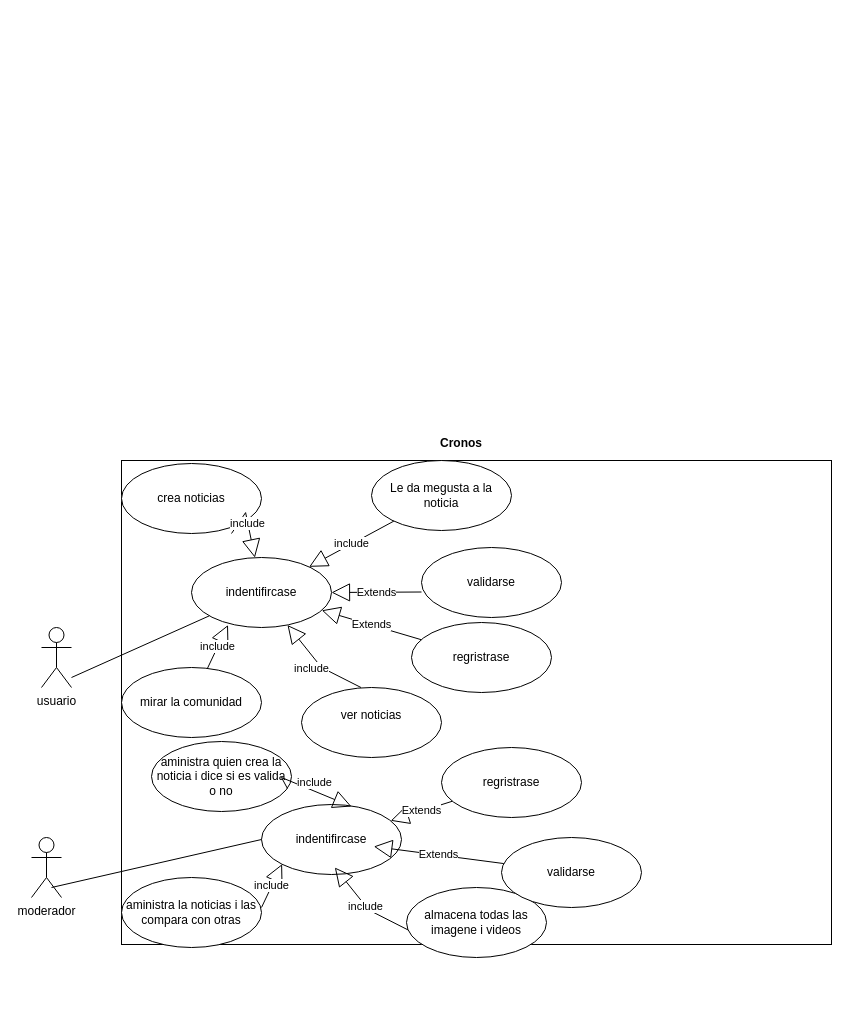
Tiinocm/ProyectoIntegrado keeps this draw.io diagram as carles/diagram de uml definitivo.drawio. Above is the earlier version. Source tidied: cells renumbered, new cells numbered last; positions are measured from the earlier drawing's top-left corner, leaving out a move shared by most shapes. Both pictures are drawn from the tidied source at 100%, with x=0, y=0 at pixel (31, 417).
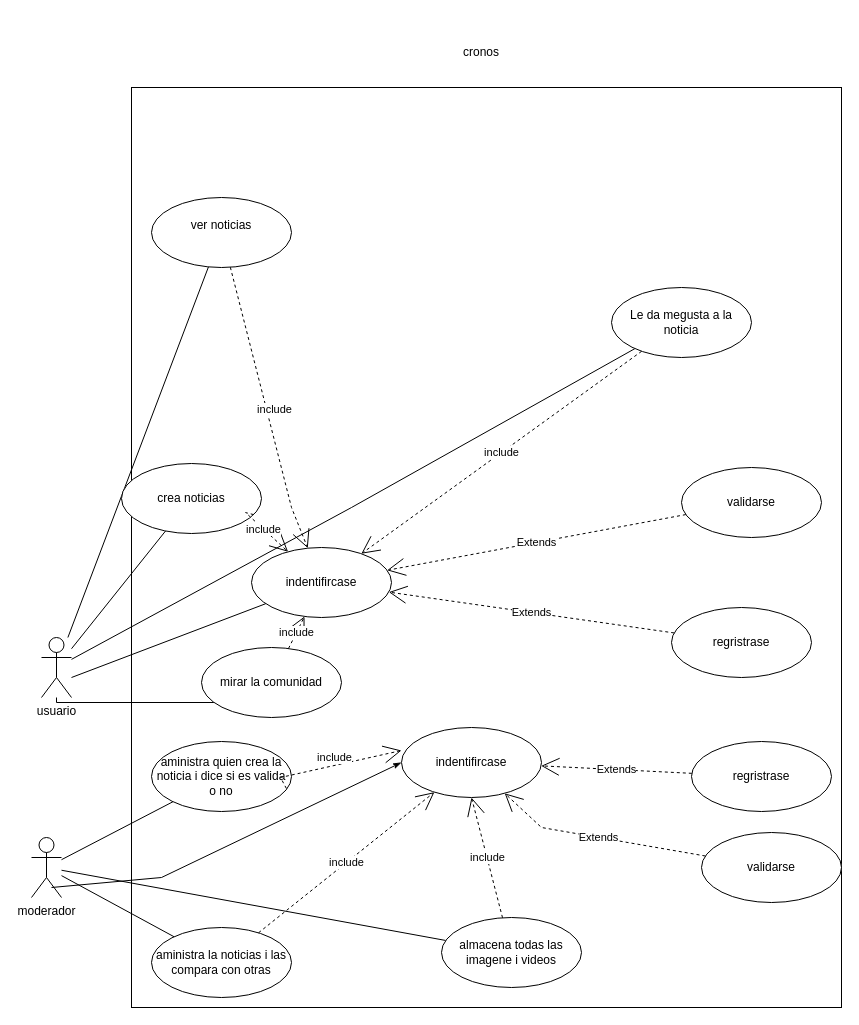
The same page after the edit.

Commit message (it also covers changes not shown here):
subo tanto el diagrama como la imagen de base de datos que nesesitamos haci que  ya estaria base de datos i flatan acabar dos uml

The change refers to these unchanged cells:
```xml
<mxCell id="5" value="moderador" style="shape=umlActor;verticalLabelPosition=bottom;verticalAlign=top;html=1;" parent="1" vertex="1">
  <mxGeometry y="420" width="30" height="60" as="geometry" />
</mxCell>
<mxCell id="6" value="crea noticias " style="ellipse;whiteSpace=wrap;html=1;" parent="1" vertex="1">
  <mxGeometry x="90" y="46" width="140" height="70" as="geometry" />
</mxCell>
<mxCell id="7" value="&lt;div&gt;aministra quien crea la &lt;br&gt;&lt;/div&gt;&lt;div&gt;noticia i dice si es valida&lt;/div&gt;&lt;div&gt;o no&lt;br&gt;&lt;/div&gt;" style="ellipse;whiteSpace=wrap;html=1;" parent="1" vertex="1">
  <mxGeometry x="120" y="324" width="140" height="70" as="geometry" />
</mxCell>
```

The edit, as a diff of the source:
```diff
@@
     <mxCell id="2" style="html=1;" parent="1" vertex="1">
-      <mxGeometry x="90" y="43" width="710" height="484" as="geometry" />
+      <mxGeometry x="100" y="-330" width="710" height="920" as="geometry" />
     </mxCell>
-    <mxCell id="3" value="Cronos" style="text;align=center;fontStyle=1;verticalAlign=middle;spacingLeft=3;spacingRight=3;strokeColor=none;" parent="1" vertex="1">
-      <mxGeometry x="360" width="140" height="50" as="geometry" />
-    </mxCell>
+    <mxCell id="32" style="rounded=0;jettySize=auto;html=1;endArrow=none;endFill=0;" parent="1" edge="1" source="4" target="14">
+      <mxGeometry relative="1" as="geometry">
+        <Array as="points">
+          <mxPoint x="320" y="90" />
+        </Array>
+      </mxGeometry>
+    </mxCell>
+    <mxCell id="33" style="rounded=0;jettySize=auto;html=1;endArrow=none;endFill=0;" parent="1" edge="1" source="4" target="6">
+      <mxGeometry relative="1" as="geometry" />
+    </mxCell>
+    <mxCell id="34" style="edgeStyle=orthogonalEdgeStyle;rounded=0;jettySize=auto;html=1;endArrow=none;endFill=0;" parent="1" edge="1" source="4" target="11">
+      <mxGeometry relative="1" as="geometry">
+        <Array as="points">
+          <mxPoint x="25" y="285" />
+        </Array>
+      </mxGeometry>
+    </mxCell>
+    <mxCell id="35" style="edgeStyle=none;rounded=0;jettySize=auto;html=1;endArrow=none;endFill=0;" parent="1" edge="1" source="4" target="10">
+      <mxGeometry relative="1" as="geometry" />
+    </mxCell>
     <mxCell id="4" value="usuario" style="shape=umlActor;verticalLabelPosition=bottom;verticalAlign=top;html=1;" parent="1" vertex="1">
-      <mxGeometry x="10" y="210" width="30" height="60" as="geometry" />
+      <mxGeometry x="10" y="220" width="30" height="60" as="geometry" />
     </mxCell>
+    <mxCell id="36" style="rounded=0;jettySize=auto;html=1;endArrow=none;endFill=0;" parent="1" edge="1" source="5" target="7">
+      <mxGeometry relative="1" as="geometry" />
+    </mxCell>
+    <mxCell id="37" style="rounded=0;jettySize=auto;html=1;endArrow=none;endFill=0;" parent="1" edge="1" source="5" target="8">
+      <mxGeometry relative="1" as="geometry" />
+    </mxCell>
+    <mxCell id="38" style="rounded=0;jettySize=auto;html=1;endArrow=none;endFill=0;" parent="1" edge="1" source="5" target="9">
+      <mxGeometry relative="1" as="geometry" />
+    </mxCell>
@@
     <mxCell id="8" value="&lt;div&gt;aministra la noticias i las &lt;br&gt;&lt;/div&gt;&lt;div&gt;compara con otras&lt;br&gt;&lt;/div&gt;" style="ellipse;whiteSpace=wrap;html=1;" parent="1" vertex="1">
-      <mxGeometry x="90" y="460" width="140" height="70" as="geometry" />
+      <mxGeometry x="120" y="510" width="140" height="70" as="geometry" />
     </mxCell>
     <mxCell id="9" value="&lt;div&gt;almacena todas las &lt;br&gt;&lt;/div&gt;&lt;div&gt;imagene i videos&lt;br&gt;&lt;/div&gt;" style="ellipse;whiteSpace=wrap;html=1;" parent="1" vertex="1">
-      <mxGeometry x="375" y="470" width="140" height="70" as="geometry" />
+      <mxGeometry x="410" y="500" width="140" height="70" as="geometry" />
     </mxCell>
     <mxCell id="10" value="&lt;div&gt;ver noticias&lt;/div&gt;&lt;div&gt;&lt;br&gt;&lt;/div&gt;" style="ellipse;whiteSpace=wrap;html=1;" parent="1" vertex="1">
-      <mxGeometry x="270" y="270" width="140" height="70" as="geometry" />
+      <mxGeometry x="120" y="-220" width="140" height="70" as="geometry" />
     </mxCell>
     <mxCell id="11" value="mirar la comunidad" style="ellipse;whiteSpace=wrap;html=1;" parent="1" vertex="1">
-      <mxGeometry x="90" y="250" width="140" height="70" as="geometry" />
+      <mxGeometry x="170" y="230" width="140" height="70" as="geometry" />
     </mxCell>
     <mxCell id="12" value="indentifircase" style="ellipse;whiteSpace=wrap;html=1;" parent="1" vertex="1">
-      <mxGeometry x="160" y="140" width="140" height="70" as="geometry" />
+      <mxGeometry x="220" y="130" width="140" height="70" as="geometry" />
     </mxCell>
-    <mxCell id="13" style="endArrow=none;html=1;rounded=0;" parent="1" edge="1" target="12">
+    <mxCell id="13" style="endArrow=none;html=1;rounded=0;endFill=0;" parent="1" edge="1" target="12">
       <mxGeometry relative="1" as="geometry">
         <mxPoint x="40" y="260" as="sourcePoint" />
       </mxGeometry>
     </mxCell>
     <mxCell id="14" value="Le da megusta a la noticia" style="ellipse;whiteSpace=wrap;html=1;" parent="1" vertex="1">
-      <mxGeometry x="340" y="43" width="140" height="70" as="geometry" />
+      <mxGeometry x="580" y="-130" width="140" height="70" as="geometry" />
     </mxCell>
     <mxCell id="15" value="validarse" style="ellipse;whiteSpace=wrap;html=1;" parent="1" vertex="1">
-      <mxGeometry x="390" y="130" width="140" height="70" as="geometry" />
+      <mxGeometry x="650" y="50" width="140" height="70" as="geometry" />
     </mxCell>
     <mxCell id="16" value="regristrase" style="ellipse;whiteSpace=wrap;html=1;" parent="1" vertex="1">
-      <mxGeometry x="380" y="205" width="140" height="70" as="geometry" />
+      <mxGeometry x="640" y="190" width="140" height="70" as="geometry" />
     </mxCell>
-    <mxCell id="17" value="Extends" style="endArrow=block;endSize=16;endFill=0;html=1;rounded=0;" parent="1" edge="1" target="12">
-      <mxGeometry relative="1" as="geometry">
-        <mxPoint x="390" y="174.5" as="sourcePoint" />
-      </mxGeometry>
+    <mxCell id="17" value="Extends" style="endArrow=open;endSize=16;endFill=0;html=1;rounded=0;dashed=1;" parent="1" edge="1" source="15" target="12">
+      <mxGeometry relative="1" as="geometry" />
     </mxCell>
-    <mxCell id="18" value="Extends" style="endArrow=block;endSize=16;endFill=0;html=1;rounded=0;" parent="1" edge="1" source="16" target="12">
+    <mxCell id="18" value="Extends" style="endArrow=open;endSize=16;endFill=0;html=1;rounded=0;dashed=1;" parent="1" edge="1" source="16" target="12">
       <mxGeometry relative="1" as="geometry" />
     </mxCell>
-    <mxCell id="19" value="include" style="endArrow=block;endSize=16;endFill=0;html=1;rounded=0;" parent="1" edge="1" target="12">
+    <mxCell id="19" value="include" style="endArrow=open;endSize=16;endFill=0;html=1;rounded=0;dashed=1;" parent="1" edge="1" source="10" target="12">
       <mxGeometry x="0.02" y="8" relative="1" as="geometry">
-        <mxPoint x="329.5" y="270" as="sourcePoint" />
         <Array as="points">
-          <mxPoint x="290" y="250" />
+          <mxPoint x="260" y="90" />
         </Array>
       </mxGeometry>
     </mxCell>
-    <mxCell id="20" value="include" style="endArrow=block;endSize=16;endFill=0;html=1;rounded=0;" parent="1" edge="1" source="11">
-      <mxGeometry relative="1" as="geometry">
-        <mxPoint x="196.5" y="207.5" as="targetPoint" />
-      </mxGeometry>
+    <mxCell id="20" value="include" style="endArrow=open;endSize=16;endFill=0;html=1;rounded=0;dashed=1;" parent="1" edge="1" source="11" target="12">
+      <mxGeometry relative="1" as="geometry" />
     </mxCell>
-    <mxCell id="21" value="include" style="endArrow=block;endSize=16;endFill=0;html=1;rounded=0;" parent="1" edge="1" target="12">
+    <mxCell id="21" value="include" style="endArrow=open;endSize=16;endFill=0;html=1;rounded=0;dashed=1;" parent="1" edge="1" source="6" target="12">
       <mxGeometry relative="1" as="geometry">
-        <mxPoint x="200" y="116" as="sourcePoint" />
         <Array as="points">
           <mxPoint x="214.1" y="95.1" />
         </Array>
       </mxGeometry>
     </mxCell>
-    <mxCell id="22" value="include" style="endArrow=block;endSize=16;endFill=0;html=1;rounded=0;" parent="1" edge="1" source="14" target="12">
+    <mxCell id="22" value="include" style="endArrow=open;endSize=16;endFill=0;html=1;rounded=0;dashed=1;" parent="1" edge="1" source="14" target="12">
       <mxGeometry relative="1" as="geometry" />
     </mxCell>
     <mxCell id="23" value="indentifircase" style="ellipse;whiteSpace=wrap;html=1;" parent="1" vertex="1">
-      <mxGeometry x="230" y="387" width="140" height="70" as="geometry" />
+      <mxGeometry x="370" y="310" width="140" height="70" as="geometry" />
     </mxCell>
-    <mxCell id="24" style="endArrow=none;html=1;rounded=0;entryX=0;entryY=0.5;entryDx=0;entryDy=0;" parent="1" edge="1" target="23">
+    <mxCell id="24" style="endArrow=classicThin;html=1;rounded=0;entryX=0;entryY=0.5;entryDx=0;entryDy=0;endFill=1;" parent="1" edge="1" target="23">
       <mxGeometry relative="1" as="geometry">
         <mxPoint x="20" y="470" as="sourcePoint" />
+        <Array as="points">
+          <mxPoint x="130" y="460" />
+        </Array>
       </mxGeometry>
     </mxCell>
     <mxCell id="25" value="validarse" style="ellipse;whiteSpace=wrap;html=1;" parent="1" vertex="1">
-      <mxGeometry x="470" y="420" width="140" height="70" as="geometry" />
+      <mxGeometry x="670" y="415" width="140" height="70" as="geometry" />
     </mxCell>
     <mxCell id="26" value="regristrase" style="ellipse;whiteSpace=wrap;html=1;" parent="1" vertex="1">
-      <mxGeometry x="410" y="330" width="140" height="70" as="geometry" />
+      <mxGeometry x="660" y="324" width="140" height="70" as="geometry" />
     </mxCell>
-    <mxCell id="27" value="Extends" style="endArrow=block;endSize=16;endFill=0;html=1;rounded=0;" parent="1" edge="1" source="26" target="23">
+    <mxCell id="27" value="Extends" style="endArrow=open;endSize=16;endFill=0;html=1;rounded=0;dashed=1;" parent="1" edge="1" source="26" target="23">
       <mxGeometry relative="1" as="geometry" />
     </mxCell>
-    <mxCell id="28" value="Extends" style="endArrow=block;endSize=16;endFill=0;html=1;rounded=0;" parent="1" edge="1" source="25">
+    <mxCell id="28" value="Extends" style="endArrow=open;endSize=16;endFill=0;html=1;rounded=0;dashed=1;" parent="1" edge="1" source="25" target="23">
       <mxGeometry relative="1" as="geometry">
-        <mxPoint x="342.3" y="429" as="targetPoint" />
+        <Array as="points">
+          <mxPoint x="510" y="410" />
+        </Array>
       </mxGeometry>
     </mxCell>
-    <mxCell id="29" value="include" style="endArrow=block;endSize=16;endFill=0;html=1;rounded=0;" parent="1" edge="1">
-      <mxGeometry relative="1" as="geometry">
-        <mxPoint x="230" y="490" as="sourcePoint" />
-        <mxPoint x="250.6" y="446.6" as="targetPoint" />
-      </mxGeometry>
+    <mxCell id="29" value="include" style="endArrow=open;endSize=16;endFill=0;html=1;rounded=0;dashed=1;" parent="1" edge="1" source="8" target="23">
+      <mxGeometry relative="1" as="geometry" />
     </mxCell>
-    <mxCell id="30" value="include" style="endArrow=block;endSize=16;endFill=0;html=1;rounded=0;" parent="1" edge="1">
-      <mxGeometry relative="1" as="geometry">
-        <mxPoint x="376.7" y="512.5" as="sourcePoint" />
-        <mxPoint x="303.3" y="450" as="targetPoint" />
-        <Array as="points">
-          <mxPoint x="337.3" y="492.5" />
-        </Array>
-      </mxGeometry>
+    <mxCell id="30" value="include" style="endArrow=open;endSize=16;endFill=0;html=1;rounded=0;dashed=1;entryX=0.5;entryY=1;entryDx=0;entryDy=0;" parent="1" edge="1" source="9" target="23">
+      <mxGeometry relative="1" as="geometry" />
     </mxCell>
-    <mxCell id="31" value="include" style="endArrow=block;endSize=16;endFill=0;html=1;rounded=0;entryX=0.643;entryY=0.029;entryDx=0;entryDy=0;entryPerimeter=0;exitX=0.971;exitY=0.671;exitDx=0;exitDy=0;exitPerimeter=0;" parent="1" edge="1" source="7" target="23">
+    <mxCell id="31" value="include" style="endArrow=open;endSize=16;endFill=0;html=1;rounded=0;entryX=0.007;entryY=0.329;entryDx=0;entryDy=0;entryPerimeter=0;exitX=0.971;exitY=0.671;exitDx=0;exitDy=0;exitPerimeter=0;dashed=1;" parent="1" edge="1">
       <mxGeometry x="0.02" y="8" relative="1" as="geometry">
+        <mxPoint x="254.9" y="371" as="sourcePoint" />
+        <mxPoint x="370" y="333" as="targetPoint" />
         <Array as="points">
-          <mxPoint x="250" y="360" />
+          <mxPoint x="249" y="360" />
         </Array>
       </mxGeometry>
     </mxCell>
+    <mxCell id="39" value="cronos " style="text;html=1;strokeColor=none;fillColor=none;align=center;verticalAlign=middle;whiteSpace=wrap;rounded=0;" parent="1" vertex="1">
+      <mxGeometry x="340" y="-400" width="220" height="70" as="geometry" />
+    </mxCell>
```
